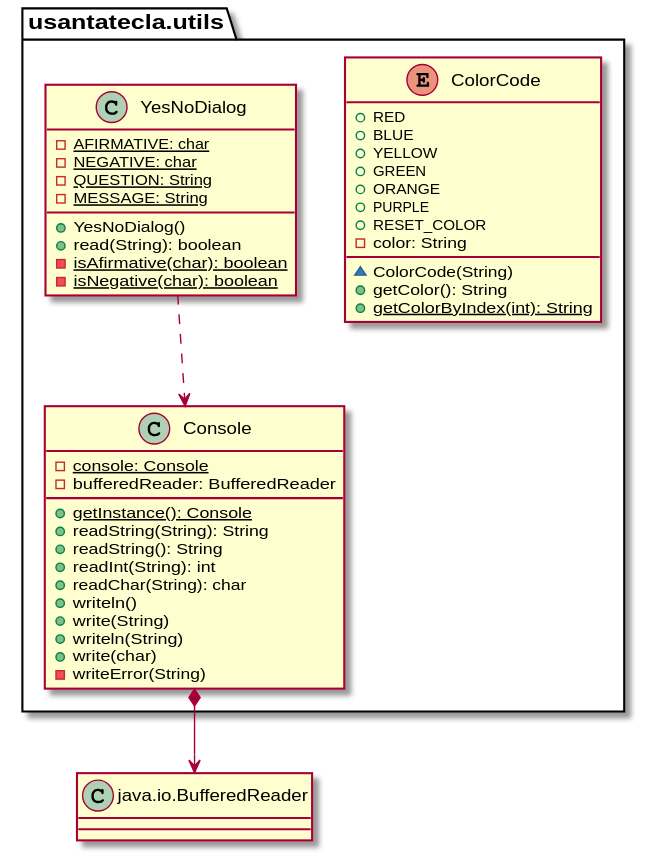
This is documentView/withFactoryMethod/docs/diagrams/out/paquetes/usantatecla.utils.svg from SantaTecla-mastermind/solution.java.swing.socket.sql, a PlantUML export, as it was before one commit. Source of this version:
```plantuml
@startuml
class BufferedReader as "java.io.BufferedReader"{}

enum usantatecla.utils.ColorCode{
+ RED
+ BLUE
+ YELLOW
+ GREEN
+ ORANGE
+ PURPLE
+ RESET_COLOR
- color: String
~ ColorCode(String)
+ getColor(): String
+ {static} getColorByIndex(int): String
}

class usantatecla.utils.Console{
- {static} console: Console
- bufferedReader: BufferedReader
+ {static} getInstance(): Console
+ readString(String): String
+ readString(): String
+ readInt(String): int
+ readChar(String): char
+ writeln()
+ write(String)
+ writeln(String)
+ write(char)
- writeError(String)
}
usantatecla.utils.Console *-down-> BufferedReader

class  usantatecla.utils.YesNoDialog{
- {static} AFIRMATIVE: char
- {static} NEGATIVE: char
- {static} QUESTION: String
- {static} MESSAGE: String
+ YesNoDialog()
+ read(String): boolean
- {static} isAfirmative(char): boolean
- {static} isNegative(char): boolean
}
usantatecla.utils.YesNoDialog ..> usantatecla.utils.Console
@enduml
```
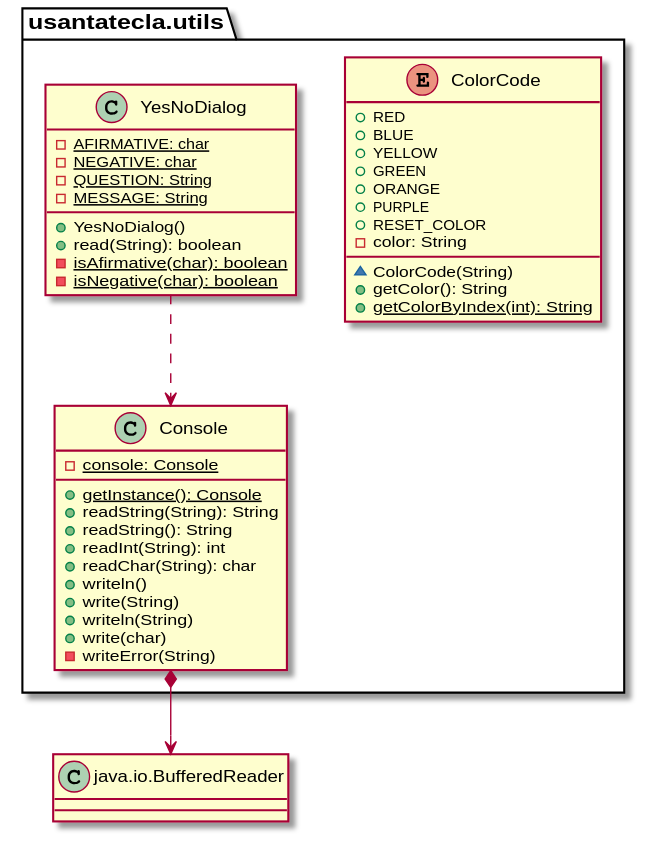
Above is the later version.

What changed in the source:
```diff
@@ -17,7 +17,6 @@
 
 class usantatecla.utils.Console{
 - {static} console: Console
-- bufferedReader: BufferedReader
 + {static} getInstance(): Console
 + readString(String): String
 + readString(): String
```
